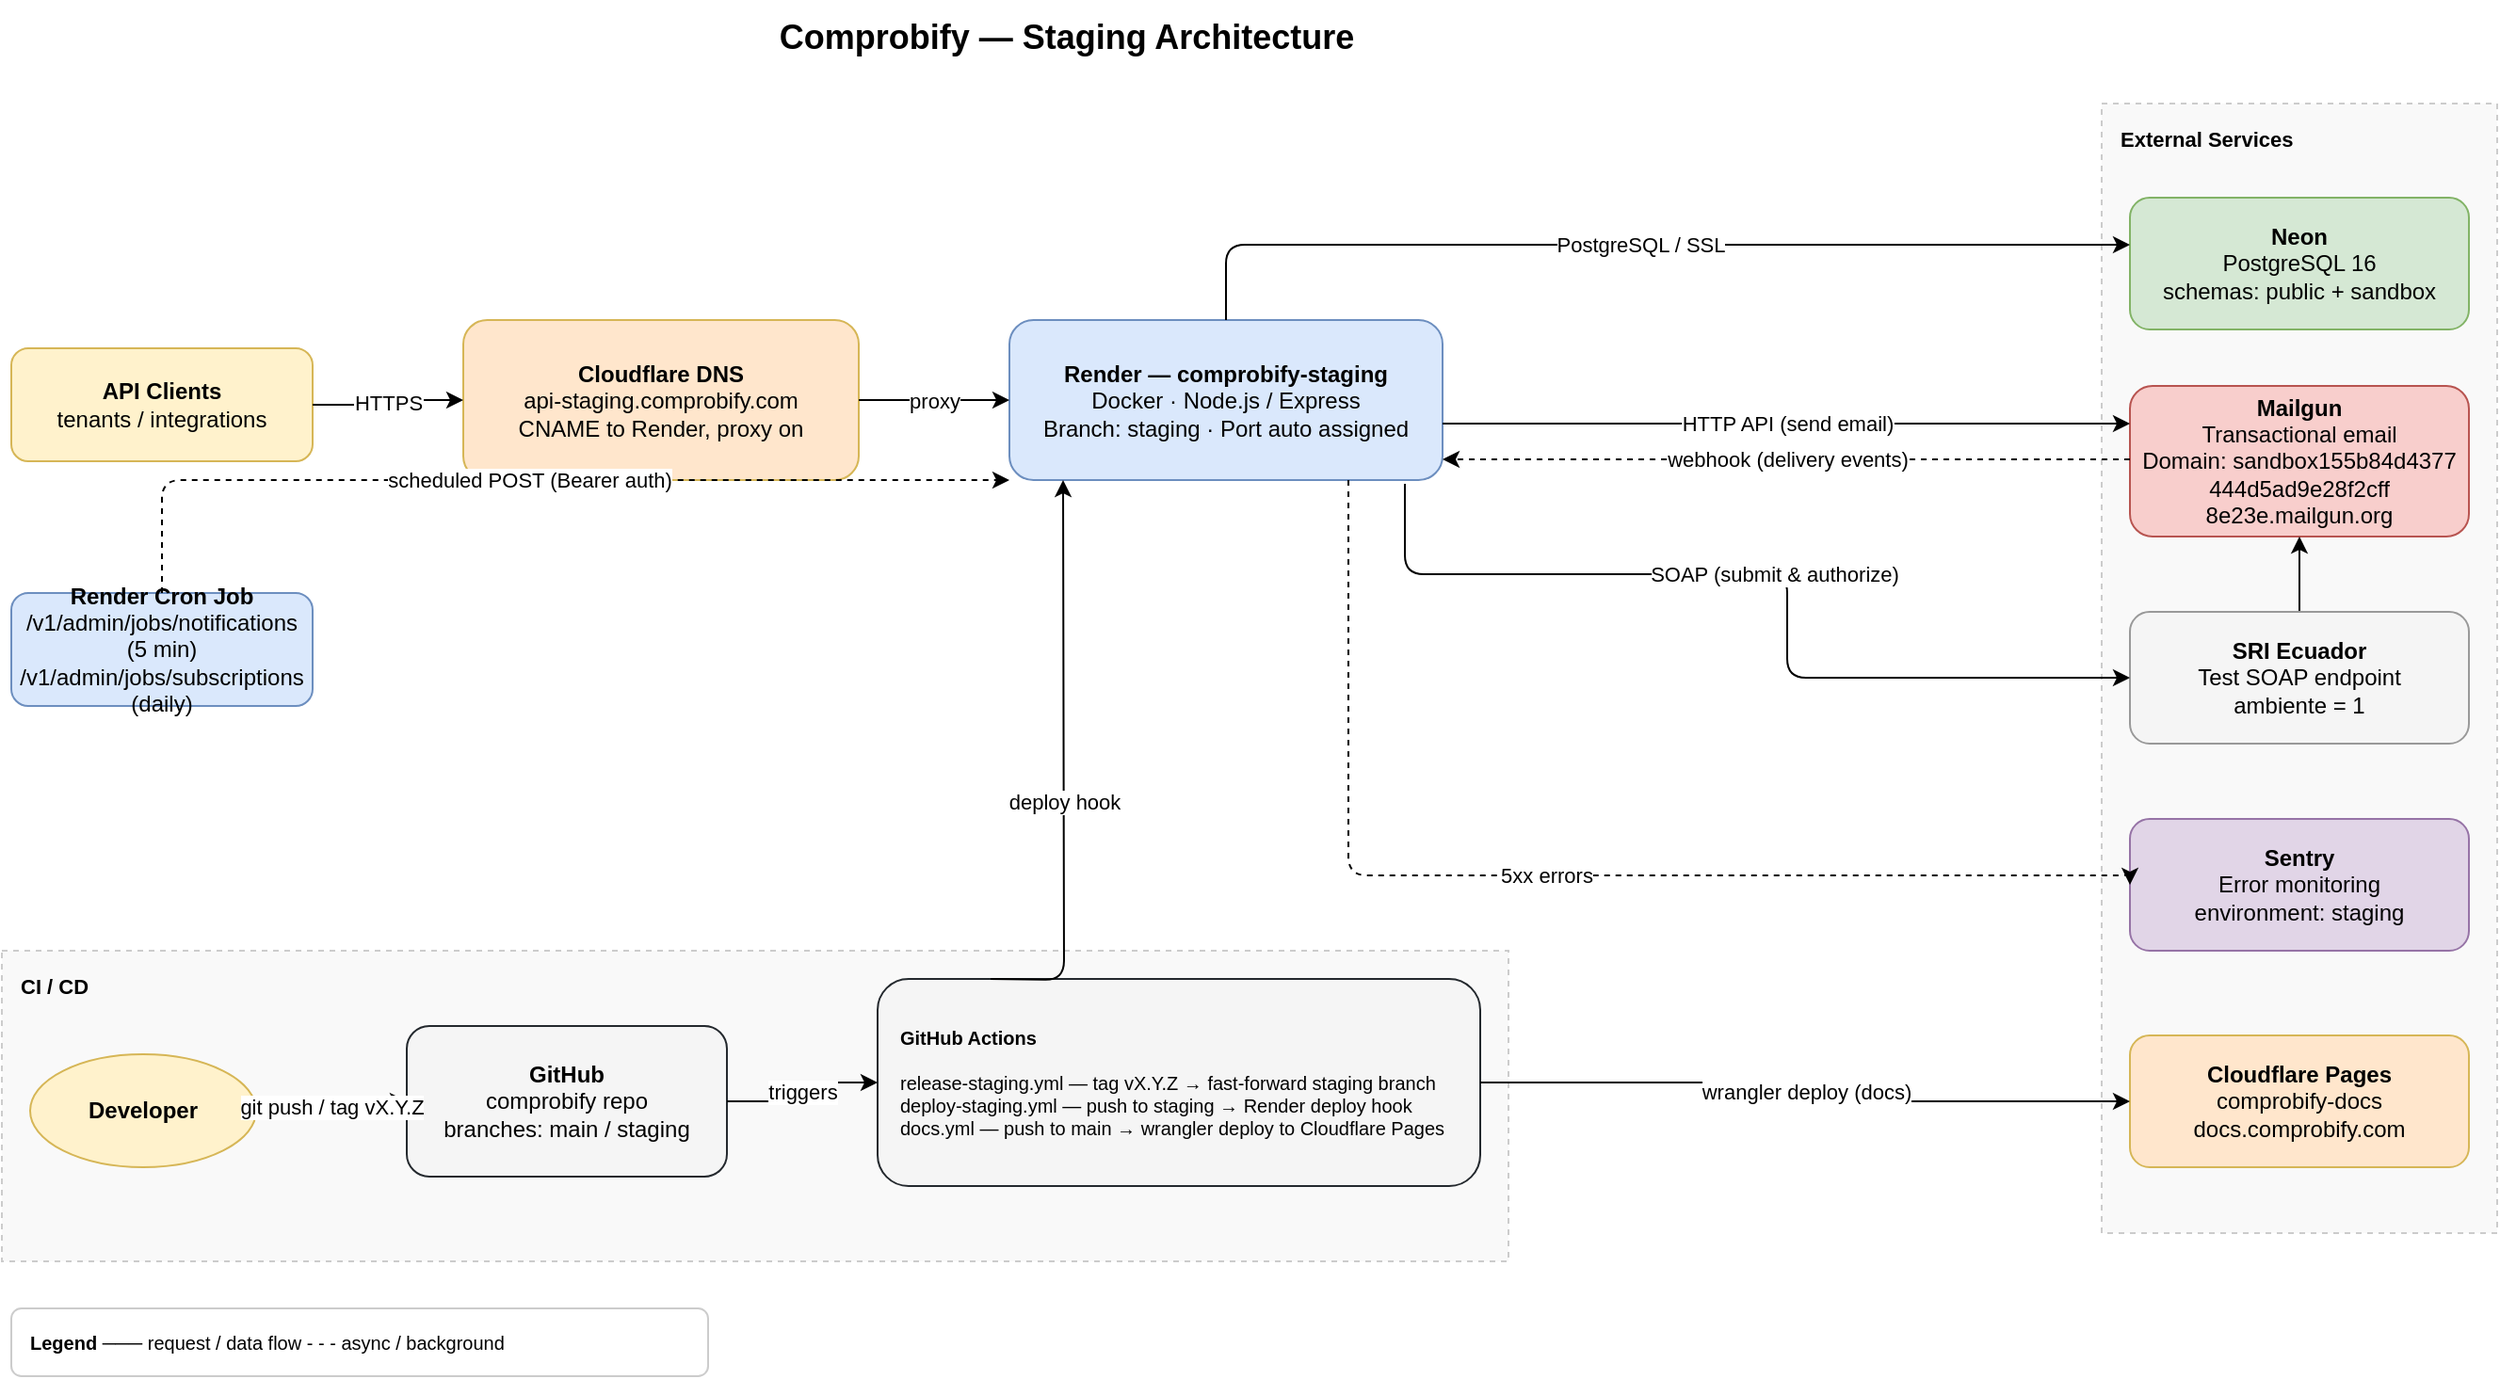
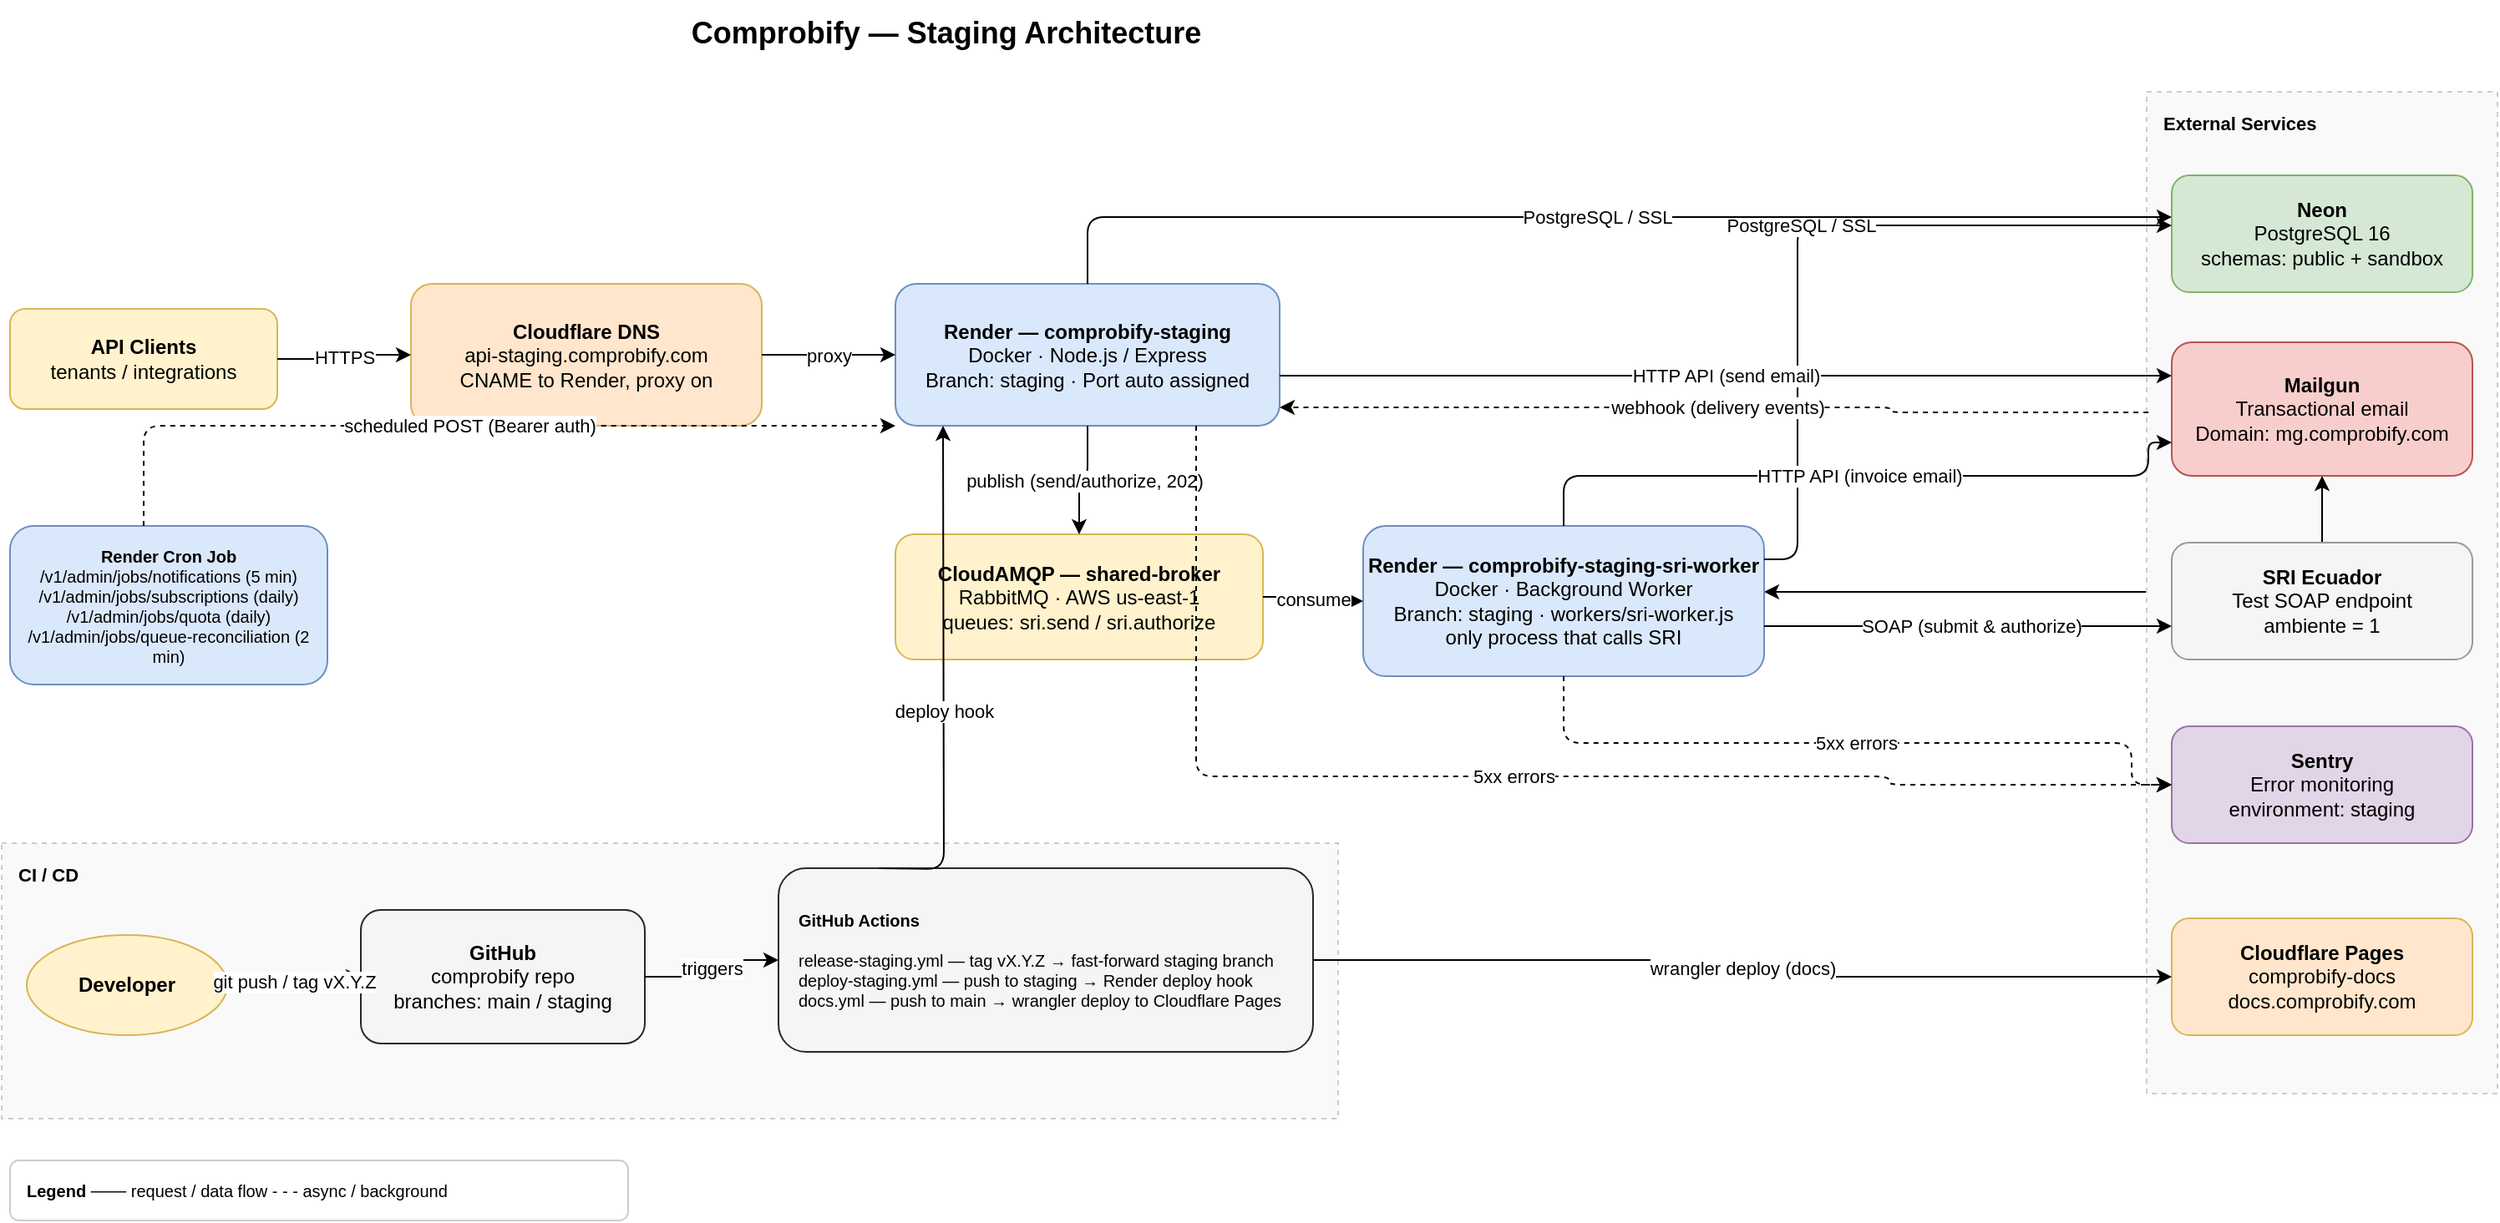
<mxfile host="app.diagrams.net">
  <diagram name="Staging Architecture" id="7UkjYN3cqqxy8C60ASo-">
    <mxGraphModel grid="1" page="1" gridSize="10" guides="1" tooltips="1" connect="1" arrows="1" fold="1" pageScale="1" pageWidth="827" pageHeight="1169" math="0" shadow="0">
      <root>
        <mxCell id="0" />
        <mxCell id="1" parent="0" />
        <mxCell id="iyyHeRbHeA1ESX64Fu_m-55" parent="1" style="text;html=1;strokeColor=none;fillColor=none;align=center;verticalAlign=middle;fontSize=18;fontStyle=1;" value="Comprobify — Staging Architecture" vertex="1">
          <mxGeometry height="40" width="480" x="380" y="15" as="geometry" />
        </mxCell>
        <mxCell id="iyyHeRbHeA1ESX64Fu_m-56" parent="1" style="text;html=1;align=left;verticalAlign=top;fontSize=11;fontStyle=1;strokeColor=#cccccc;fillColor=#f9f9f9;dashed=1;spacingLeft=8;spacingTop=6;" value="CI / CD" vertex="1">
          <mxGeometry height="165" width="800" x="55" y="520" as="geometry" />
        </mxCell>
+         <mxCell id="MR4YI5n5OZRJ7tTRP6f--1" edge="1" parent="1" style="edgeStyle=orthogonalEdgeStyle;rounded=0;orthogonalLoop=1;jettySize=auto;html=1;" value="">
+           <mxGeometry relative="1" as="geometry">
+             <Array as="points">
+               <mxPoint x="1180" y="369.47" />
+               <mxPoint x="1180" y="369.47" />
+             </Array>
+             <mxPoint x="1339" y="369.47" as="sourcePoint" />
+             <mxPoint x="1110" y="369.47" as="targetPoint" />
+           </mxGeometry>
+         </mxCell>
        <mxCell id="iyyHeRbHeA1ESX64Fu_m-57" parent="1" style="text;html=1;align=left;verticalAlign=top;fontSize=11;fontStyle=1;strokeColor=#cccccc;fillColor=#f9f9f9;dashed=1;spacingLeft=8;spacingTop=6;" value="External Services" vertex="1">
-           <mxGeometry height="600" width="210" x="1170" y="70" as="geometry" />
+           <mxGeometry height="600" width="210" x="1339" y="70" as="geometry" />
        </mxCell>
        <mxCell id="iyyHeRbHeA1ESX64Fu_m-58" parent="1" style="rounded=1;whiteSpace=wrap;html=1;fillColor=#fff2cc;strokeColor=#d6b656;" value="&lt;b&gt;API Clients&lt;/b&gt;&lt;br/&gt;tenants / integrations" vertex="1">
          <mxGeometry height="60" width="160" x="60" y="200" as="geometry" />
        </mxCell>
        <mxCell id="iyyHeRbHeA1ESX64Fu_m-59" parent="1" style="rounded=1;whiteSpace=wrap;html=1;fillColor=#ffe6cc;strokeColor=#d6b656;" value="&lt;b&gt;Cloudflare DNS&lt;/b&gt;&lt;br/&gt;api-staging.comprobify.com&lt;br/&gt;CNAME to Render, proxy on" vertex="1">
          <mxGeometry height="85" width="210" x="300" y="185" as="geometry" />
        </mxCell>
        <mxCell id="iyyHeRbHeA1ESX64Fu_m-60" parent="1" style="rounded=1;whiteSpace=wrap;html=1;fillColor=#dae8fc;strokeColor=#6c8ebf;" value="&lt;b&gt;Render — comprobify-staging&lt;/b&gt;&lt;br&gt;Docker · Node.js / Express&lt;br&gt;Branch: staging · Port auto assigned" vertex="1">
          <mxGeometry height="85" width="230" x="590" y="185" as="geometry" />
        </mxCell>
        <mxCell id="iyyHeRbHeA1ESX64Fu_m-61" parent="1" style="rounded=1;whiteSpace=wrap;html=1;fillColor=#d5e8d4;strokeColor=#82b366;" value="&lt;b&gt;Neon&lt;/b&gt;&lt;br/&gt;PostgreSQL 16&lt;br/&gt;schemas: public + sandbox" vertex="1">
-           <mxGeometry height="70" width="180" x="1185" y="120" as="geometry" />
+           <mxGeometry height="70" width="180" x="1354" y="120" as="geometry" />
        </mxCell>
-         <mxCell id="iyyHeRbHeA1ESX64Fu_m-62" parent="1" style="rounded=1;whiteSpace=wrap;html=1;fillColor=#f8cecc;strokeColor=#b85450;" value="&lt;b&gt;Mailgun&lt;/b&gt;&lt;br&gt;Transactional email&lt;br&gt;Domain:&amp;nbsp;sandbox155b84d4377&lt;div&gt;444d5ad9e28f2cff&lt;/div&gt;&lt;div&gt;8e23e.mailgun.org&lt;/div&gt;" vertex="1">
-           <mxGeometry height="80" width="180" x="1185" y="220" as="geometry" />
+         <mxCell id="iyyHeRbHeA1ESX64Fu_m-62" parent="1" style="rounded=1;whiteSpace=wrap;html=1;fillColor=#f8cecc;strokeColor=#b85450;" value="&lt;b&gt;Mailgun&lt;/b&gt;&lt;br&gt;Transactional email&lt;br&gt;Domain: mg.comprobify.com" vertex="1">
+           <mxGeometry height="80" width="180" x="1354" y="220" as="geometry" />
        </mxCell>
        <mxCell id="iyyHeRbHeA1ESX64Fu_m-83" edge="1" parent="1" source="iyyHeRbHeA1ESX64Fu_m-63" style="edgeStyle=orthogonalEdgeStyle;rounded=0;orthogonalLoop=1;jettySize=auto;html=1;" target="iyyHeRbHeA1ESX64Fu_m-62" value="">
          <mxGeometry relative="1" as="geometry" />
        </mxCell>
        <mxCell id="iyyHeRbHeA1ESX64Fu_m-63" parent="1" style="rounded=1;whiteSpace=wrap;html=1;fillColor=#f5f5f5;strokeColor=#999999;" value="&lt;b&gt;SRI Ecuador&lt;/b&gt;&lt;br/&gt;Test SOAP endpoint&lt;br/&gt;ambiente = 1" vertex="1">
-           <mxGeometry height="70" width="180" x="1185" y="340" as="geometry" />
+           <mxGeometry height="70" width="180" x="1354" y="340" as="geometry" />
        </mxCell>
        <mxCell id="iyyHeRbHeA1ESX64Fu_m-64" parent="1" style="rounded=1;whiteSpace=wrap;html=1;fillColor=#e1d5e7;strokeColor=#9673a6;" value="&lt;b&gt;Sentry&lt;/b&gt;&lt;br/&gt;Error monitoring&lt;br/&gt;environment: staging" vertex="1">
-           <mxGeometry height="70" width="180" x="1185" y="450" as="geometry" />
+           <mxGeometry height="70" width="180" x="1354" y="450" as="geometry" />
        </mxCell>
        <mxCell id="iyyHeRbHeA1ESX64Fu_m-65" parent="1" style="rounded=1;whiteSpace=wrap;html=1;fillColor=#ffe6cc;strokeColor=#d6b656;" value="&lt;b&gt;Cloudflare Pages&lt;/b&gt;&lt;br/&gt;comprobify-docs&lt;br/&gt;docs.comprobify.com" vertex="1">
-           <mxGeometry height="70" width="180" x="1185" y="565" as="geometry" />
+           <mxGeometry height="70" width="180" x="1354" y="565" as="geometry" />
        </mxCell>
        <mxCell id="iyyHeRbHeA1ESX64Fu_m-66" parent="1" style="ellipse;whiteSpace=wrap;html=1;fillColor=#fff2cc;strokeColor=#d6b656;" value="&lt;b&gt;Developer&lt;/b&gt;" vertex="1">
          <mxGeometry height="60" width="120" x="70" y="575" as="geometry" />
        </mxCell>
        <mxCell id="iyyHeRbHeA1ESX64Fu_m-67" parent="1" style="rounded=1;whiteSpace=wrap;html=1;fillColor=#f5f5f5;strokeColor=#24292e;" value="&lt;b&gt;GitHub&lt;/b&gt;&lt;br/&gt;comprobify repo&lt;br/&gt;branches: main / staging" vertex="1">
          <mxGeometry height="80" width="170" x="270" y="560" as="geometry" />
        </mxCell>
        <mxCell id="iyyHeRbHeA1ESX64Fu_m-68" parent="1" style="rounded=1;whiteSpace=wrap;html=1;fillColor=#f5f5f5;strokeColor=#24292e;align=left;spacingLeft=10;fontSize=10;" value="&lt;b&gt;GitHub Actions&lt;/b&gt;&lt;br/&gt;&lt;br/&gt;release-staging.yml — tag vX.Y.Z  →  fast-forward staging branch&lt;br/&gt;deploy-staging.yml — push to staging  →  Render deploy hook&lt;br/&gt;docs.yml — push to main  →  wrangler deploy to Cloudflare Pages" vertex="1">
          <mxGeometry height="110" width="320" x="520" y="535" as="geometry" />
        </mxCell>
-         <mxCell id="render-cron-node" parent="1" style="rounded=1;whiteSpace=wrap;html=1;fillColor=#dae8fc;strokeColor=#6c8ebf;" value="&lt;b&gt;Render Cron Job&lt;/b&gt;&lt;br/&gt;/v1/admin/jobs/notifications (5 min)&lt;br/&gt;/v1/admin/jobs/subscriptions (daily)" vertex="1">
-           <mxGeometry height="60" width="160" x="60" y="330" as="geometry" />
+         <mxCell id="render-cron-node" parent="1" style="rounded=1;whiteSpace=wrap;html=1;fillColor=#dae8fc;strokeColor=#6c8ebf;fontSize=10;" value="&lt;b&gt;Render Cron Job&lt;/b&gt;&lt;br/&gt;/v1/admin/jobs/notifications (5 min)&lt;br/&gt;/v1/admin/jobs/subscriptions (daily)&lt;br/&gt;/v1/admin/jobs/quota (daily)&lt;br/&gt;/v1/admin/jobs/queue-reconciliation (2 min)" vertex="1">
+           <mxGeometry height="95" width="190" x="60" y="330" as="geometry" />
+         </mxCell>
+         <mxCell id="rabbitmq-node" parent="1" style="rounded=1;whiteSpace=wrap;html=1;fillColor=#fff2cc;strokeColor=#d6b656;" value="&lt;b&gt;CloudAMQP — shared-broker&lt;/b&gt;&lt;br/&gt;RabbitMQ · AWS us-east-1&lt;br/&gt;queues: sri.send / sri.authorize" vertex="1">
+           <mxGeometry height="75" width="220" x="590" y="335" as="geometry" />
+         </mxCell>
+         <mxCell id="worker-node" parent="1" style="rounded=1;whiteSpace=wrap;html=1;fillColor=#dae8fc;strokeColor=#6c8ebf;" value="&lt;b&gt;Render — comprobify-staging-sri-worker&lt;/b&gt;&lt;br&gt;Docker · Background Worker&lt;br&gt;Branch: staging · workers/sri-worker.js&lt;br&gt;only process that calls SRI" vertex="1">
+           <mxGeometry height="90" width="240" x="870" y="330" as="geometry" />
+         </mxCell>
+         <mxCell id="edge-api-rabbitmq" edge="1" parent="1" source="iyyHeRbHeA1ESX64Fu_m-60" style="edgeStyle=orthogonalEdgeStyle;html=1;" target="rabbitmq-node" value="publish (send/authorize, 202)">
+           <mxGeometry relative="1" as="geometry" />
+         </mxCell>
+         <mxCell id="edge-rabbitmq-worker" edge="1" parent="1" source="rabbitmq-node" style="edgeStyle=orthogonalEdgeStyle;html=1;" target="worker-node" value="consume">
+           <mxGeometry relative="1" as="geometry" />
+         </mxCell>
+         <mxCell id="edge-worker-neon" edge="1" parent="1" source="worker-node" style="edgeStyle=orthogonalEdgeStyle;html=1;" target="iyyHeRbHeA1ESX64Fu_m-61" value="PostgreSQL / SSL">
+           <mxGeometry relative="1" as="geometry">
+             <Array as="points">
+               <mxPoint x="1130" y="350" />
+               <mxPoint x="1130" y="150" />
+             </Array>
+           </mxGeometry>
+         </mxCell>
+         <mxCell id="edge-worker-mailgun" edge="1" parent="1" source="worker-node" style="edgeStyle=orthogonalEdgeStyle;html=1;" target="iyyHeRbHeA1ESX64Fu_m-62" value="HTTP API (invoice email)">
+           <mxGeometry relative="1" as="geometry">
+             <Array as="points">
+               <mxPoint x="990" y="300" />
+               <mxPoint x="1340" y="300" />
+               <mxPoint x="1340" y="280" />
+             </Array>
+           </mxGeometry>
+         </mxCell>
+         <mxCell id="edge-worker-sentry" edge="1" parent="1" source="worker-node" style="edgeStyle=orthogonalEdgeStyle;html=1;dashed=1;" target="iyyHeRbHeA1ESX64Fu_m-64" value="5xx errors">
+           <mxGeometry relative="1" as="geometry">
+             <Array as="points">
+               <mxPoint x="990" y="460" />
+               <mxPoint x="1330" y="460" />
+               <mxPoint x="1330" y="485" />
+             </Array>
+           </mxGeometry>
        </mxCell>
        <mxCell id="iyyHeRbHeA1ESX64Fu_m-69" edge="1" parent="1" source="iyyHeRbHeA1ESX64Fu_m-58" style="edgeStyle=orthogonalEdgeStyle;html=1;" target="iyyHeRbHeA1ESX64Fu_m-59" value="HTTPS">
          <mxGeometry relative="1" as="geometry" />
        </mxCell>
        <mxCell id="iyyHeRbHeA1ESX64Fu_m-70" edge="1" parent="1" source="iyyHeRbHeA1ESX64Fu_m-59" style="edgeStyle=orthogonalEdgeStyle;html=1;" target="iyyHeRbHeA1ESX64Fu_m-60" value="proxy">
          <mxGeometry relative="1" as="geometry" />
        </mxCell>
        <mxCell id="iyyHeRbHeA1ESX64Fu_m-71" edge="1" parent="1" source="iyyHeRbHeA1ESX64Fu_m-60" style="edgeStyle=orthogonalEdgeStyle;html=1;" target="iyyHeRbHeA1ESX64Fu_m-61" value="PostgreSQL / SSL">
          <mxGeometry relative="1" as="geometry">
            <Array as="points">
              <mxPoint x="705" y="145" />
            </Array>
          </mxGeometry>
        </mxCell>
        <mxCell id="iyyHeRbHeA1ESX64Fu_m-72" edge="1" parent="1" source="iyyHeRbHeA1ESX64Fu_m-60" style="edgeStyle=orthogonalEdgeStyle;html=1;" target="iyyHeRbHeA1ESX64Fu_m-62" value="HTTP API (send email)">
          <mxGeometry relative="1" as="geometry">
            <Array as="points">
              <mxPoint x="1040" y="240" />
              <mxPoint x="1040" y="240" />
            </Array>
          </mxGeometry>
        </mxCell>
-         <mxCell id="iyyHeRbHeA1ESX64Fu_m-73" edge="1" parent="1" style="edgeStyle=orthogonalEdgeStyle;html=1;dashed=1;" value="webhook (delivery events)">
+         <mxCell id="iyyHeRbHeA1ESX64Fu_m-73" edge="1" parent="1" source="iyyHeRbHeA1ESX64Fu_m-57" style="edgeStyle=orthogonalEdgeStyle;html=1;dashed=1;exitX=0.005;exitY=0.32;exitDx=0;exitDy=0;exitPerimeter=0;" value="webhook (delivery events)">
          <mxGeometry relative="1" as="geometry">
            <Array as="points">
+               <mxPoint x="1185" y="262" />
              <mxPoint x="1185" y="259" />
            </Array>
-             <mxPoint x="1185" y="259" as="sourcePoint" />
+             <mxPoint x="1330" y="260" as="sourcePoint" />
            <mxPoint x="820" y="259" as="targetPoint" />
          </mxGeometry>
        </mxCell>
-         <mxCell id="iyyHeRbHeA1ESX64Fu_m-74" edge="1" parent="1" source="iyyHeRbHeA1ESX64Fu_m-60" style="edgeStyle=orthogonalEdgeStyle;html=1;entryX=0;entryY=0.5;entryDx=0;entryDy=0;exitX=0.913;exitY=1.024;exitDx=0;exitDy=0;exitPerimeter=0;" target="iyyHeRbHeA1ESX64Fu_m-63" value="SOAP (submit &amp; authorize)">
-           <mxGeometry relative="1" as="geometry">
-             <Array as="points">
-               <mxPoint x="800" y="320" />
-               <mxPoint x="1003" y="320" />
-               <mxPoint x="1003" y="375" />
-             </Array>
-             <mxPoint x="800" y="290" as="sourcePoint" />
-             <mxPoint x="1185" y="395" as="targetPoint" />
+         <mxCell id="iyyHeRbHeA1ESX64Fu_m-74" edge="1" parent="1" style="edgeStyle=orthogonalEdgeStyle;html=1;entryX=0;entryY=0.5;entryDx=0;entryDy=0;" value="SOAP (submit &amp; authorize)">
+           <mxGeometry relative="1" x="0.0105" as="geometry">
+             <mxPoint as="offset" />
+             <mxPoint x="1110" y="390" as="sourcePoint" />
+             <mxPoint x="1354" y="390" as="targetPoint" />
          </mxGeometry>
        </mxCell>
        <mxCell id="iyyHeRbHeA1ESX64Fu_m-75" edge="1" parent="1" source="iyyHeRbHeA1ESX64Fu_m-60" style="edgeStyle=orthogonalEdgeStyle;html=1;dashed=1;entryX=0;entryY=0.5;entryDx=0;entryDy=0;" target="iyyHeRbHeA1ESX64Fu_m-64" value="5xx errors">
          <mxGeometry relative="1" as="geometry">
            <Array as="points">
              <mxPoint x="770" y="480" />
              <mxPoint x="1185" y="480" />
            </Array>
            <mxPoint x="1185" y="523" as="targetPoint" />
          </mxGeometry>
        </mxCell>
        <mxCell id="iyyHeRbHeA1ESX64Fu_m-76" edge="1" parent="1" source="iyyHeRbHeA1ESX64Fu_m-66" style="edgeStyle=orthogonalEdgeStyle;html=1;" target="iyyHeRbHeA1ESX64Fu_m-67" value="git push / tag vX.Y.Z">
          <mxGeometry relative="1" as="geometry" />
        </mxCell>
        <mxCell id="iyyHeRbHeA1ESX64Fu_m-77" edge="1" parent="1" source="iyyHeRbHeA1ESX64Fu_m-67" style="edgeStyle=orthogonalEdgeStyle;html=1;" target="iyyHeRbHeA1ESX64Fu_m-68" value="triggers">
          <mxGeometry relative="1" as="geometry" />
        </mxCell>
        <mxCell id="iyyHeRbHeA1ESX64Fu_m-78" edge="1" parent="1" style="edgeStyle=orthogonalEdgeStyle;html=1;exitX=0.35;exitY=0;exitDx=0;exitDy=0;entryX=0.35;entryY=1;entryDx=0;entryDy=0;" value="deploy hook">
          <mxGeometry relative="1" x="-0.1203" as="geometry">
            <mxPoint as="offset" />
            <mxPoint x="580" y="535" as="sourcePoint" />
            <mxPoint x="618.5" y="270" as="targetPoint" />
          </mxGeometry>
        </mxCell>
        <mxCell id="iyyHeRbHeA1ESX64Fu_m-80" edge="1" parent="1" source="iyyHeRbHeA1ESX64Fu_m-68" style="edgeStyle=orthogonalEdgeStyle;html=1;" target="iyyHeRbHeA1ESX64Fu_m-65" value="wrangler deploy (docs)">
          <mxGeometry relative="1" as="geometry" />
        </mxCell>
        <mxCell id="render-cron-edge" edge="1" parent="1" source="render-cron-node" style="edgeStyle=orthogonalEdgeStyle;html=1;dashed=1;" target="iyyHeRbHeA1ESX64Fu_m-60" value="scheduled POST (Bearer auth)">
          <mxGeometry relative="1" as="geometry">
            <Array as="points">
              <mxPoint x="140" y="270" />
              <mxPoint x="590" y="270" />
            </Array>
          </mxGeometry>
        </mxCell>
        <mxCell id="iyyHeRbHeA1ESX64Fu_m-81" parent="1" style="text;html=1;strokeColor=#cccccc;fillColor=#ffffff;align=left;verticalAlign=middle;whiteSpace=wrap;rounded=1;fontSize=10;spacingLeft=8;" value="&lt;b&gt;Legend&lt;/b&gt;   ─── request / data flow     - - -  async / background" vertex="1">
          <mxGeometry height="36" width="370" x="60" y="710" as="geometry" />
        </mxCell>
      </root>
    </mxGraphModel>
  </diagram>
</mxfile>
